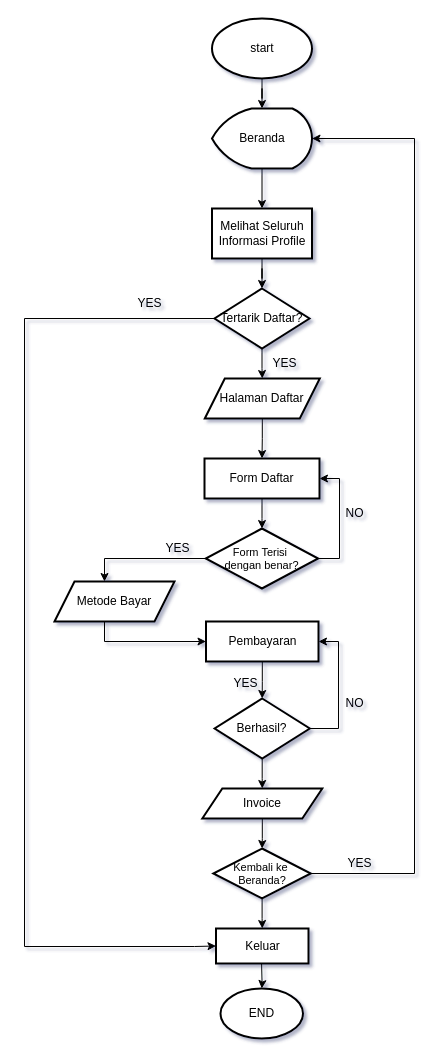
Above: user2.drawio in EnjoyUrLife69/PKL-INTERNAL (draw.io), before the change. Source tidied: cells renumbered, new cells numbered last; positions are measured from the earlier drawing's top-left corner, leaving out a move shared by most shapes. Both pictures are drawn from the tidied source at 100%, with x=0, y=0 at pixel (24, 18).
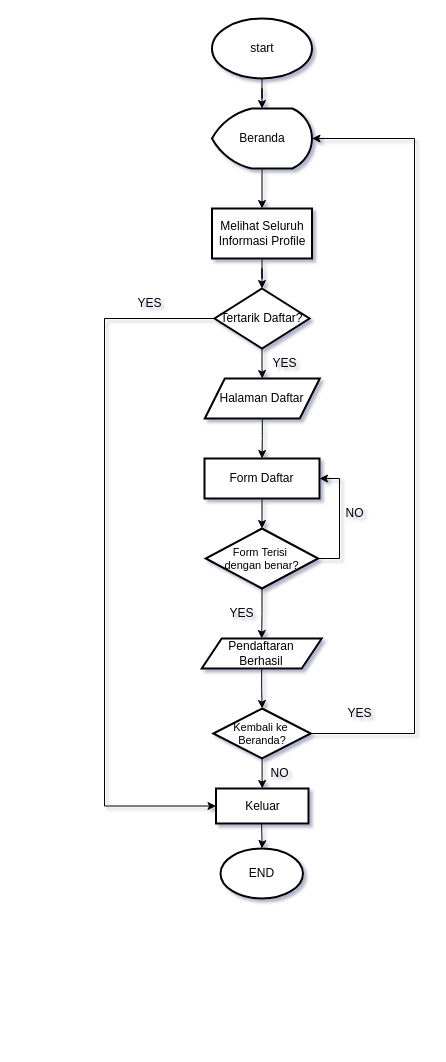
After the change.

Unchanged cells that the change refers to:
```xml
<mxCell id="5" value="Beranda" style="strokeWidth=2;html=1;shape=mxgraph.flowchart.display;whiteSpace=wrap;" parent="1" vertex="1">
  <mxGeometry x="187.5" y="90" width="100" height="60" as="geometry" />
</mxCell>
<mxCell id="10" value="Tertarik Daftar?" style="rhombus;whiteSpace=wrap;html=1;strokeWidth=2;" parent="1" vertex="1">
  <mxGeometry x="190" y="270" width="95" height="60" as="geometry" />
</mxCell>
<mxCell id="17" value="&lt;font style=&quot;font-size: 11px;&quot;&gt;Form Terisi&amp;nbsp;&lt;/font&gt;&lt;div style=&quot;font-size: 11px;&quot;&gt;&lt;font style=&quot;font-size: 11px;&quot;&gt;dengan benar?&lt;/font&gt;&lt;/div&gt;" style="rhombus;whiteSpace=wrap;html=1;strokeWidth=2;" parent="1" vertex="1">
  <mxGeometry x="181.2" y="510" width="112.5" height="60" as="geometry" />
</mxCell>
```

Diff of the diagram source:
```diff
@@
     <mxCell id="9" style="edgeStyle=orthogonalEdgeStyle;rounded=0;jettySize=auto;html=1;entryX=0;entryY=0.5;entryDx=0;entryDy=0;" parent="1" edge="1" source="10" target="36">
       <mxGeometry relative="1" as="geometry">
         <Array as="points">
-          <mxPoint y="300" />
-          <mxPoint y="928" />
-          <mxPoint x="170" y="928" />
+          <mxPoint x="80" y="300" />
+          <mxPoint x="80" y="788" />
         </Array>
       </mxGeometry>
     </mxCell>
@@
-    <mxCell id="15" style="edgeStyle=orthogonalEdgeStyle;rounded=0;jettySize=auto;html=1;" parent="1" edge="1" source="17" target="28">
-      <mxGeometry relative="1" as="geometry">
-        <Array as="points">
-          <mxPoint x="80" y="540" />
-        </Array>
-      </mxGeometry>
-    </mxCell>
@@
+    <mxCell id="40" style="edgeStyle=orthogonalEdgeStyle;rounded=0;jettySize=auto;html=1;" parent="1" edge="1" source="17" target="24">
+      <mxGeometry relative="1" as="geometry" />
+    </mxCell>
@@
-    <mxCell id="18" style="edgeStyle=orthogonalEdgeStyle;rounded=0;jettySize=auto;html=1;" parent="1" edge="1" source="19" target="22">
-      <mxGeometry relative="1" as="geometry" />
-    </mxCell>
-    <mxCell id="19" value="Pembayaran" style="whiteSpace=wrap;html=1;strokeWidth=2;" parent="1" vertex="1">
-      <mxGeometry x="181.5" y="603" width="112.5" height="40" as="geometry" />
-    </mxCell>
-    <mxCell id="20" style="edgeStyle=orthogonalEdgeStyle;rounded=0;jettySize=auto;html=1;" parent="1" edge="1" source="22" target="24">
-      <mxGeometry relative="1" as="geometry" />
-    </mxCell>
-    <mxCell id="21" style="edgeStyle=orthogonalEdgeStyle;rounded=0;jettySize=auto;html=1;entryX=1;entryY=0.5;entryDx=0;entryDy=0;" parent="1" edge="1" source="22" target="19">
-      <mxGeometry relative="1" as="geometry">
-        <Array as="points">
-          <mxPoint x="314" y="710" />
-          <mxPoint x="314" y="623" />
-        </Array>
-      </mxGeometry>
-    </mxCell>
-    <mxCell id="22" value="Berhasil?" style="rhombus;whiteSpace=wrap;html=1;strokeWidth=2;" parent="1" vertex="1">
-      <mxGeometry x="190.1" y="680" width="95.2" height="60" as="geometry" />
-    </mxCell>
@@
-    <mxCell id="24" value="Invoice" style="shape=parallelogram;perimeter=parallelogramPerimeter;whiteSpace=wrap;html=1;fixedSize=1;strokeWidth=2;" parent="1" vertex="1">
-      <mxGeometry x="177.8" y="770" width="120" height="30" as="geometry" />
+    <mxCell id="24" value="Pendaftaran&lt;div&gt;Berhasil&lt;/div&gt;" style="shape=parallelogram;perimeter=parallelogramPerimeter;whiteSpace=wrap;html=1;fixedSize=1;strokeWidth=2;" parent="1" vertex="1">
+      <mxGeometry x="177.2" y="620" width="120" height="30" as="geometry" />
     </mxCell>
-    <mxCell id="25" value="NO" style="text;html=1;align=center;verticalAlign=middle;strokeColor=none;fillColor=none;" parent="1" vertex="1">
-      <mxGeometry x="310" y="670" width="40" height="30" as="geometry" />
-    </mxCell>
-    <mxCell id="26" value="YES" style="text;html=1;align=center;verticalAlign=middle;strokeColor=none;fillColor=none;" parent="1" vertex="1">
-      <mxGeometry x="196" y="650" width="50" height="30" as="geometry" />
-    </mxCell>
-    <mxCell id="27" style="edgeStyle=orthogonalEdgeStyle;rounded=0;jettySize=auto;html=1;entryX=0;entryY=0.5;entryDx=0;entryDy=0;" parent="1" edge="1" source="28" target="19">
-      <mxGeometry relative="1" as="geometry">
-        <Array as="points">
-          <mxPoint x="80" y="623" />
-        </Array>
-      </mxGeometry>
-    </mxCell>
-    <mxCell id="28" value="Metode Bayar" style="shape=parallelogram;perimeter=parallelogramPerimeter;whiteSpace=wrap;html=1;fixedSize=1;strokeWidth=2;" parent="1" vertex="1">
-      <mxGeometry x="30" y="563" width="120" height="40" as="geometry" />
-    </mxCell>
     <mxCell id="29" value="YES" style="text;html=1;align=center;verticalAlign=middle;strokeColor=none;fillColor=none;" parent="1" vertex="1">
-      <mxGeometry x="127.8" y="515" width="50" height="30" as="geometry" />
+      <mxGeometry x="191.5" y="580" width="50" height="30" as="geometry" />
     </mxCell>
@@
     <mxCell id="33" value="&lt;font style=&quot;font-size: 11px;&quot;&gt;Kembali ke&amp;nbsp;&lt;/font&gt;&lt;div style=&quot;font-size: 11px;&quot;&gt;&lt;font style=&quot;font-size: 11px;&quot;&gt;Beranda?&lt;/font&gt;&lt;/div&gt;" style="rhombus;whiteSpace=wrap;html=1;strokeWidth=2;" parent="1" vertex="1">
-      <mxGeometry x="188.8" y="830" width="97.5" height="50" as="geometry" />
+      <mxGeometry x="188.8" y="690" width="97.5" height="50" as="geometry" />
     </mxCell>
-    <mxCell id="34" style="edgeStyle=orthogonalEdgeStyle;rounded=0;jettySize=auto;html=1;" parent="1" edge="1" source="33" target="5">
+    <mxCell id="34" style="edgeStyle=orthogonalEdgeStyle;rounded=0;jettySize=auto;html=1;exitX=1;exitY=0.5;exitDx=0;exitDy=0;" parent="1" edge="1" source="33" target="5">
       <mxGeometry relative="1" as="geometry">
         <Array as="points">
-          <mxPoint x="390" y="855" />
+          <mxPoint x="390" y="715" />
           <mxPoint x="390" y="120" />
         </Array>
       </mxGeometry>
     </mxCell>
-    <mxCell id="35" value="YES" style="text;html=1;align=center;verticalAlign=middle;strokeColor=none;fillColor=none;" parent="1" vertex="1">
-      <mxGeometry x="310" y="830" width="50" height="30" as="geometry" />
-    </mxCell>
     <mxCell id="36" value="Keluar" style="whiteSpace=wrap;html=1;strokeWidth=2;" parent="1" vertex="1">
-      <mxGeometry x="191.5" y="910" width="92.5" height="35" as="geometry" />
+      <mxGeometry x="191.5" y="770" width="92.5" height="35" as="geometry" />
     </mxCell>
@@
     <mxCell id="38" value="END" style="strokeWidth=2;html=1;shape=mxgraph.flowchart.start_1;whiteSpace=wrap;" parent="1" vertex="1">
-      <mxGeometry x="196" y="970" width="82.5" height="50" as="geometry" />
+      <mxGeometry x="196" y="830" width="82.5" height="50" as="geometry" />
     </mxCell>
     <mxCell id="39" style="edgeStyle=orthogonalEdgeStyle;rounded=0;jettySize=auto;html=1;" parent="1" edge="1" target="38">
       <mxGeometry relative="1" as="geometry">
-        <mxPoint x="237.1" y="945" as="sourcePoint" />
+        <mxPoint x="237.1" y="805" as="sourcePoint" />
       </mxGeometry>
     </mxCell>
+    <mxCell id="41" value="YES" style="text;html=1;align=center;verticalAlign=middle;strokeColor=none;fillColor=none;" parent="1" vertex="1">
+      <mxGeometry x="310" y="680" width="50" height="30" as="geometry" />
+    </mxCell>
+    <mxCell id="25" value="NO" style="text;html=1;align=center;verticalAlign=middle;strokeColor=none;fillColor=none;" parent="1" vertex="1">
+      <mxGeometry x="235" y="740" width="40" height="30" as="geometry" />
+    </mxCell>
```
